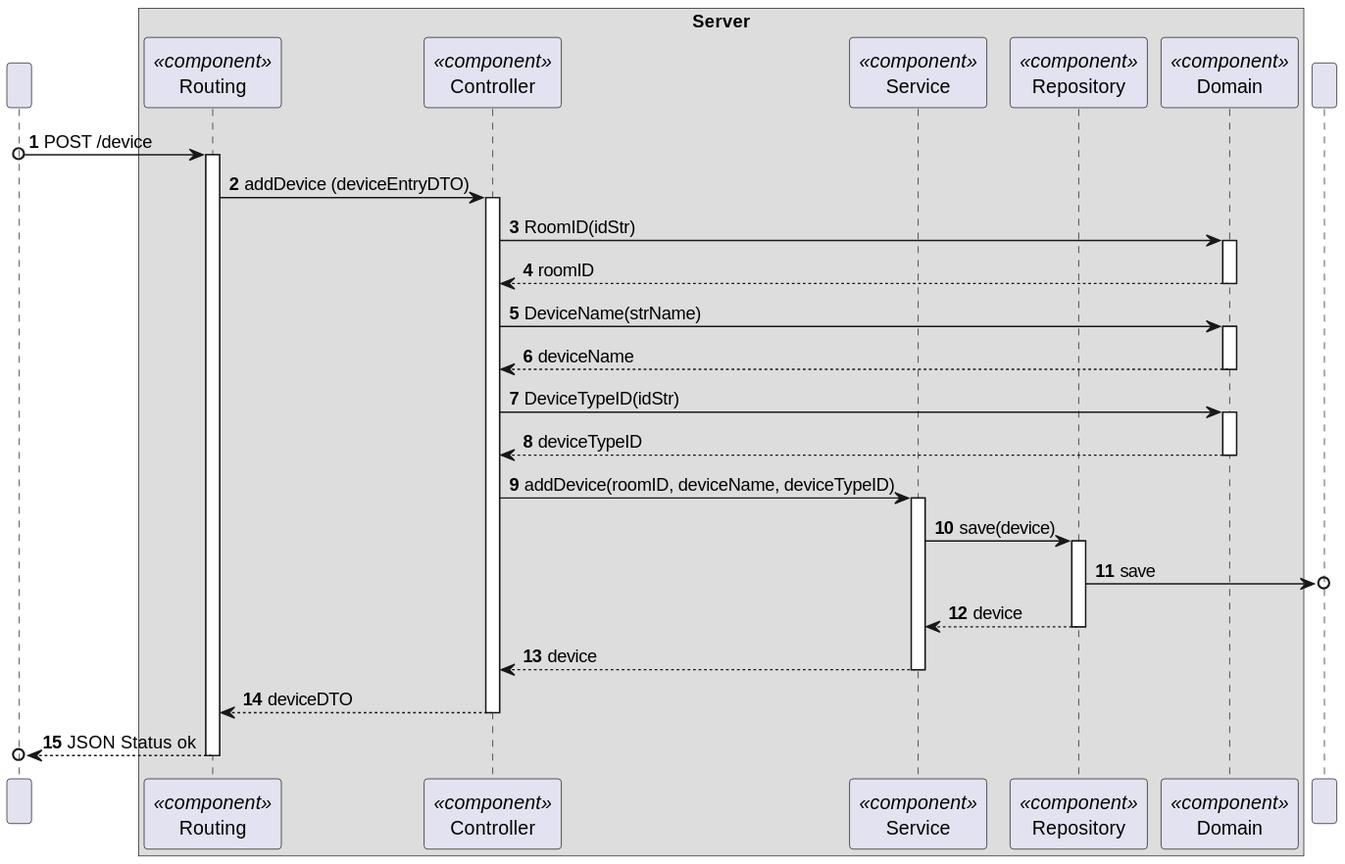
The PlantUML diagram docs/C4_4plus1_models/Level4/ProcessView/ProcessViewLevel4_UC05_v1.svg in moutajDev/smarthome, before a commit.
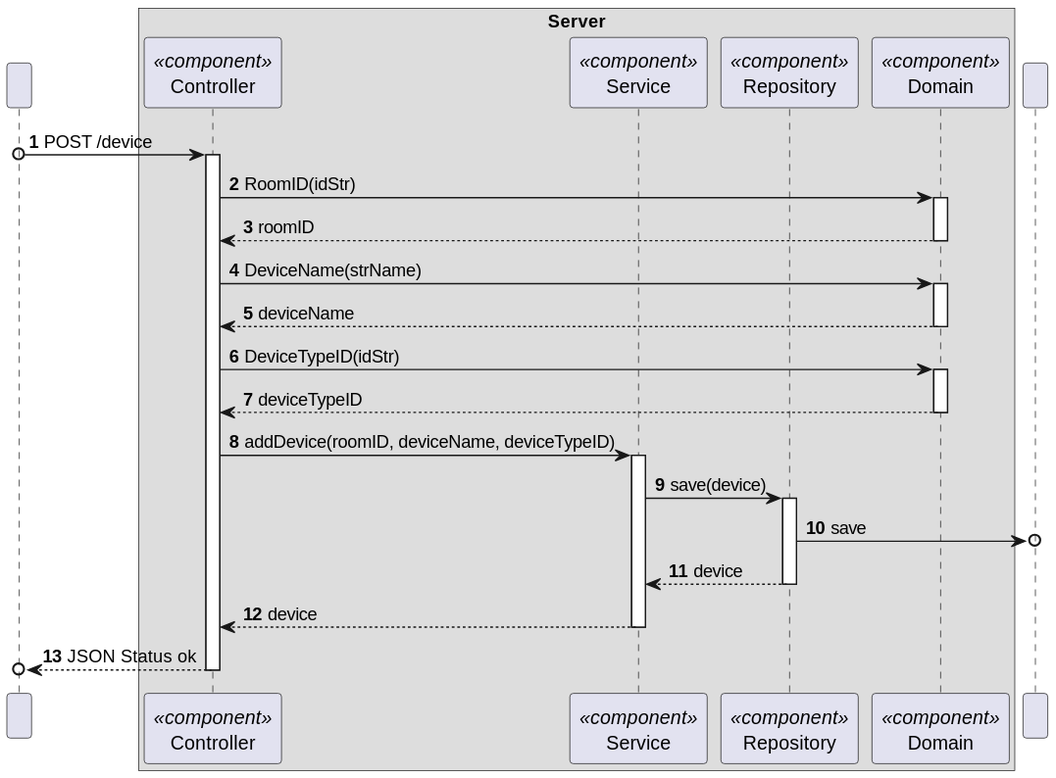
After the change.

The edit, as a diff of the source:
```diff
@@ -6,7 +6,6 @@
 participant " " as HTTP
 
 box "Server"
-participant "Routing" as ROUT<<component>>
     participant "Controller" as CTRL<<component>>
     participant "Service" as SV<<component>>
     participant "Repository" as REPO<<component>>
@@ -14,10 +13,7 @@
 end box
 participant " " as BD
 
-HTTP o-> ROUT : POST /device
-activate ROUT
-
-ROUT -> CTRL : addDevice (deviceEntryDTO)
+HTTP o-> CTRL : POST /device
 activate CTRL
 
 CTRL -> DOM : RoomID(idStr)
@@ -49,9 +45,6 @@
 SV --> CTRL : device
 deactivate SV
 
-CTRL --> ROUT : deviceDTO
+CTRL -->o HTTP : JSON Status ok
 deactivate CTRL
-
-ROUT -->o HTTP : JSON Status ok
-deactivate ROUT
 @enduml
```
